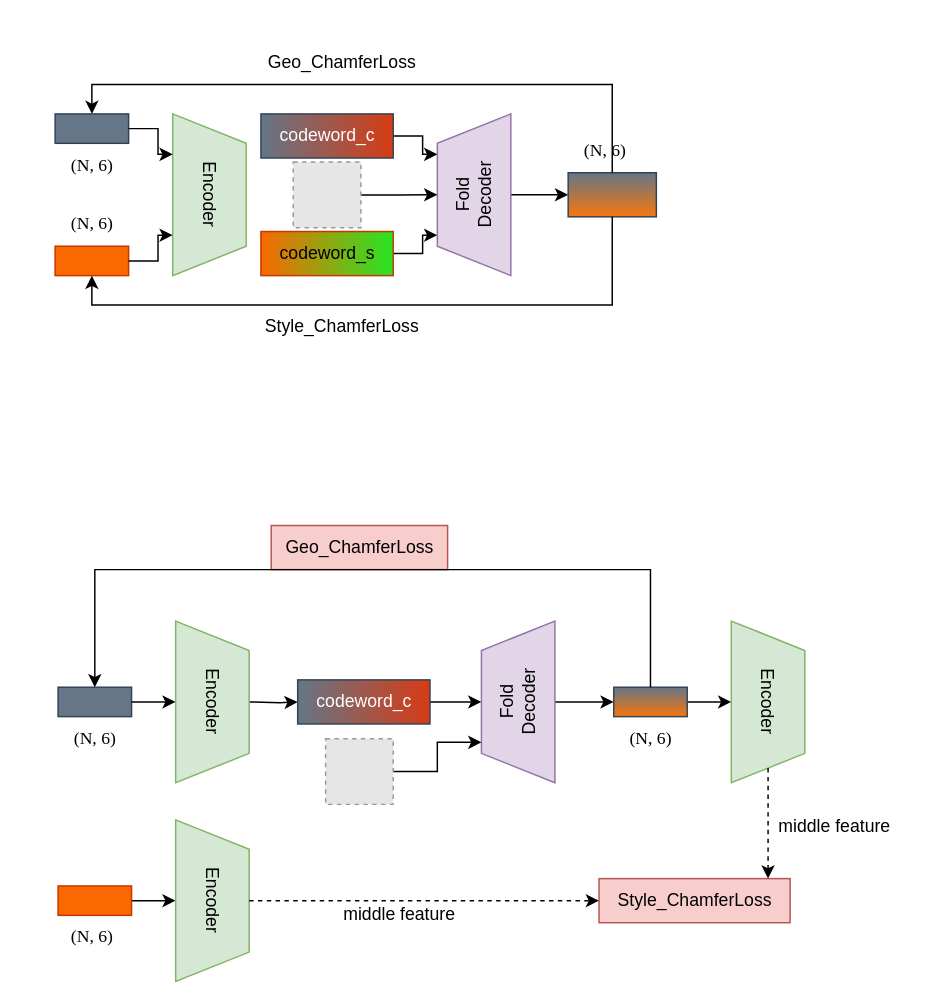
Above: 未命名绘图.drawio in susu-attempt/mychart (draw.io), before the change. Source tidied: cells renumbered, new cells numbered last; positions are measured from the earlier drawing's top-left corner, leaving out a move shared by most shapes. Both pictures are drawn from the tidied source at 147%, with x=0, y=0 at pixel (25, 25). Pictures stored in the file or linked from it are replaced by grey dashed boxes.
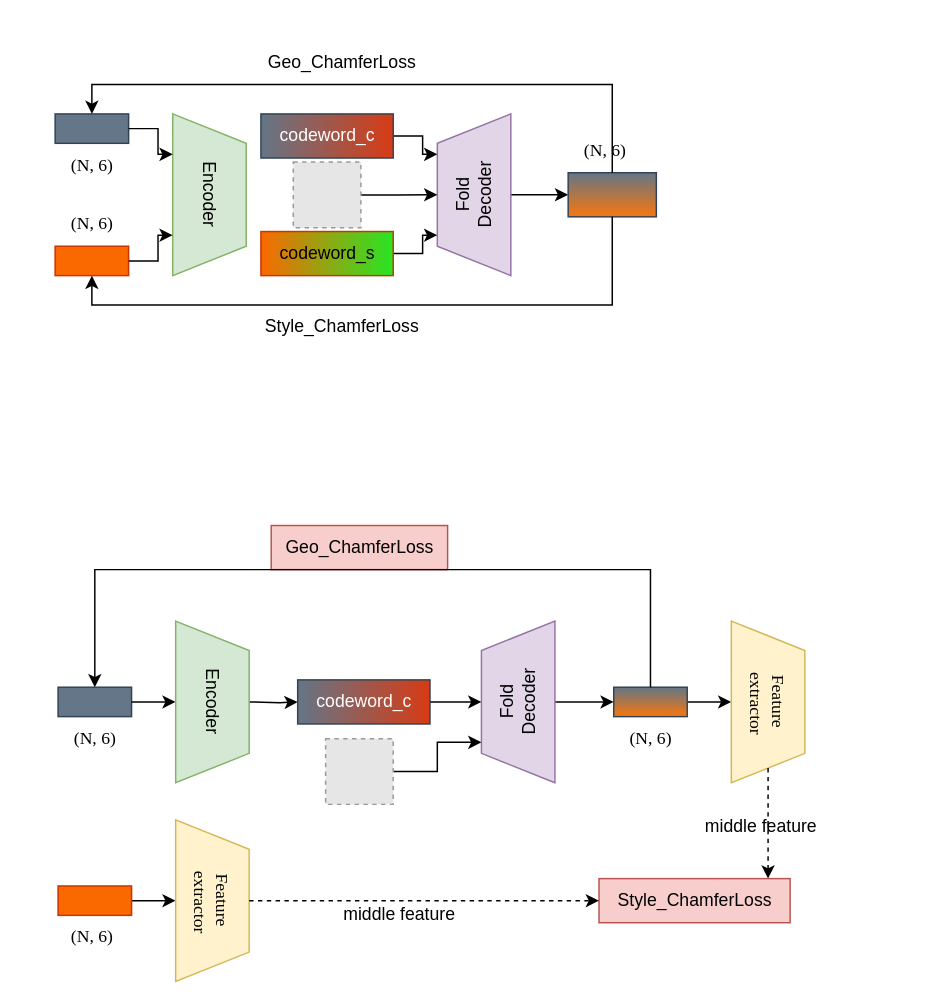
The same page after the edit.

Commit message:
更新未命名绘图.drawio

The change refers to these unchanged cells:
```xml
<mxCell id="35" style="group;" parent="1" vertex="1">
  <mxGeometry x="420" y="340" width="140" height="160" as="geometry" />
</mxCell>
```

What changed in the source:
```diff
@@
-    <mxCell id="39" value="Encoder" style="shape=trapezoid;perimeter=trapezoidPerimeter;whiteSpace=wrap;html=1;fixedSize=1;rotation=90;fillColor=#d5e8d4;strokeColor=#82b366;" parent="35" vertex="1">
+    <mxCell id="39" value="&lt;font face=&quot;Times New Roman&quot;&gt;Feature&lt;/font&gt;&lt;div&gt;&lt;font face=&quot;Times New Roman&quot;&gt;&amp;nbsp;extractor&lt;/font&gt;&lt;/div&gt;" style="shape=trapezoid;perimeter=trapezoidPerimeter;whiteSpace=wrap;html=1;fixedSize=1;rotation=90;fillColor=#fff2cc;strokeColor=#d6b656;" parent="35" vertex="1">
       <mxGeometry x="30" y="95" width="110" height="50" as="geometry" />
     </mxCell>
@@
     <mxCell id="47" value="middle feature" style="text;html=1;align=center;verticalAlign=middle;strokeColor=none;fillColor=none;" parent="1" vertex="1">
-      <mxGeometry x="500" y="530" width="100" height="30" as="geometry" />
+      <mxGeometry x="450" y="529.7" width="100" height="30" as="geometry" />
     </mxCell>
@@
-    <mxCell id="50" value="Encoder" style="shape=trapezoid;perimeter=trapezoidPerimeter;whiteSpace=wrap;html=1;fixedSize=1;rotation=90;fillColor=#d5e8d4;strokeColor=#82b366;" parent="1" vertex="1">
+    <mxCell id="50" value="&lt;font face=&quot;Times New Roman&quot;&gt;Feature&lt;/font&gt;&lt;div&gt;&lt;font face=&quot;Times New Roman&quot;&gt;&amp;nbsp;extractor&lt;/font&gt;&lt;/div&gt;" style="shape=trapezoid;perimeter=trapezoidPerimeter;whiteSpace=wrap;html=1;fixedSize=1;rotation=90;fillColor=#fff2cc;strokeColor=#d6b656;" parent="1" vertex="1">
       <mxGeometry x="72" y="570.2" width="110" height="50" as="geometry" />
     </mxCell>
```
